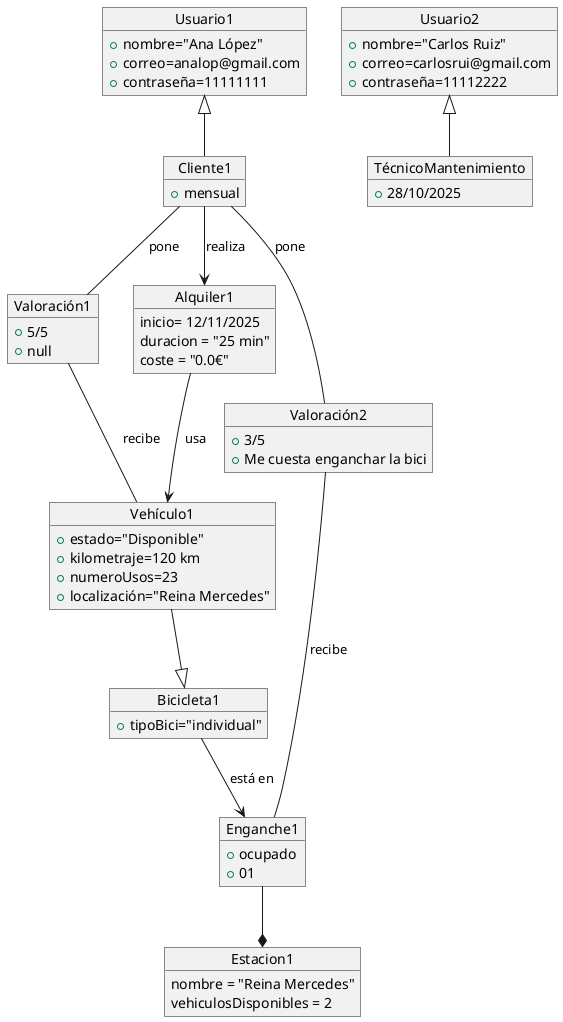
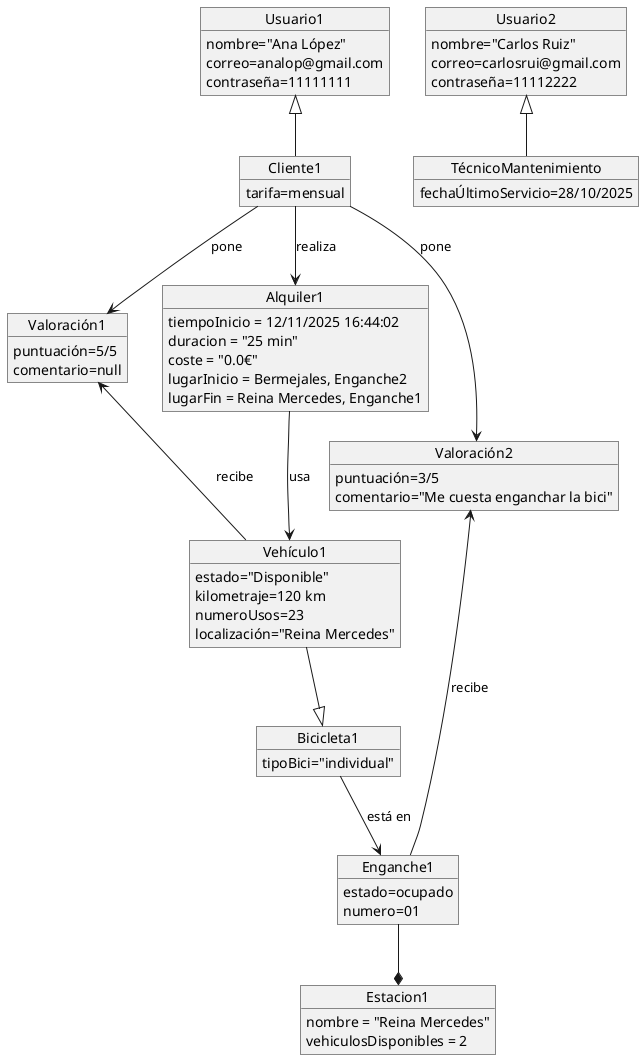
@startuml DiagramaObjetos

object Usuario1 {
-   +nombre="Ana López"
-   +correo=analop@gmail.com
-   +contraseña=11111111
+   nombre="Ana López"
+   correo=analop@gmail.com
+   contraseña=11111111
}
object Usuario2 {
-   +nombre="Carlos Ruiz"
-   +correo=carlosrui@gmail.com
-   +contraseña=11112222
+   nombre="Carlos Ruiz"
+   correo=carlosrui@gmail.com
+   contraseña=11112222
}


object Cliente1 {
-   +mensual
+   tarifa=mensual
}


object TécnicoMantenimiento {
-   +28/10/2025
+   fechaÚltimoServicio=28/10/2025
}

object Valoración1 {
-   +5/5
-   +null
+   puntuación=5/5
+   comentario=null
}

object Valoración2 {
-   +3/5
-   +Me cuesta enganchar la bici
+   puntuación=3/5
+   comentario="Me cuesta enganchar la bici"
}

object Enganche1 {
-   +ocupado
-   +01
+   estado=ocupado
+   numero=01
}

object Vehículo1 {
-   +estado="Disponible"
-   +kilometraje=120 km
-   +numeroUsos=23
-   +localización="Reina Mercedes"
+   estado="Disponible"
+   kilometraje=120 km
+   numeroUsos=23
+   localización="Reina Mercedes"
}
object Bicicleta1 {
-   +tipoBici="individual"
+   tipoBici="individual"
}

object Estacion1 {
  nombre = "Reina Mercedes"
  vehiculosDisponibles = 2
}

object Alquiler1 {
-   inicio= 12/11/2025
+   tiempoInicio = 12/11/2025 16:44:02
  duracion = "25 min"
  coste = "0.0€"
+   lugarInicio = Bermejales, Enganche2
+   lugarFin = Reina Mercedes, Enganche1
}

Cliente1 --> Alquiler1 : realiza

Alquiler1 --> Vehículo1 : usa

Vehículo1 --|> Bicicleta1

Bicicleta1 --> Enganche1: está en

Enganche1 --* Estacion1

- Cliente1 -- Valoración1 : pone
- Cliente1 -- Valoración2 : pone
- Valoración1 -- Vehículo1 : recibe
- Valoración2 -- Enganche1 : recibe
+ Cliente1 --> Valoración1 : pone
+ Cliente1 --> Valoración2 : pone
+ Valoración1 <-- Vehículo1 : recibe
+ Valoración2 <-- Enganche1 : recibe

Usuario1 <|-- Cliente1
Usuario2 <|-- TécnicoMantenimiento

@enduml
